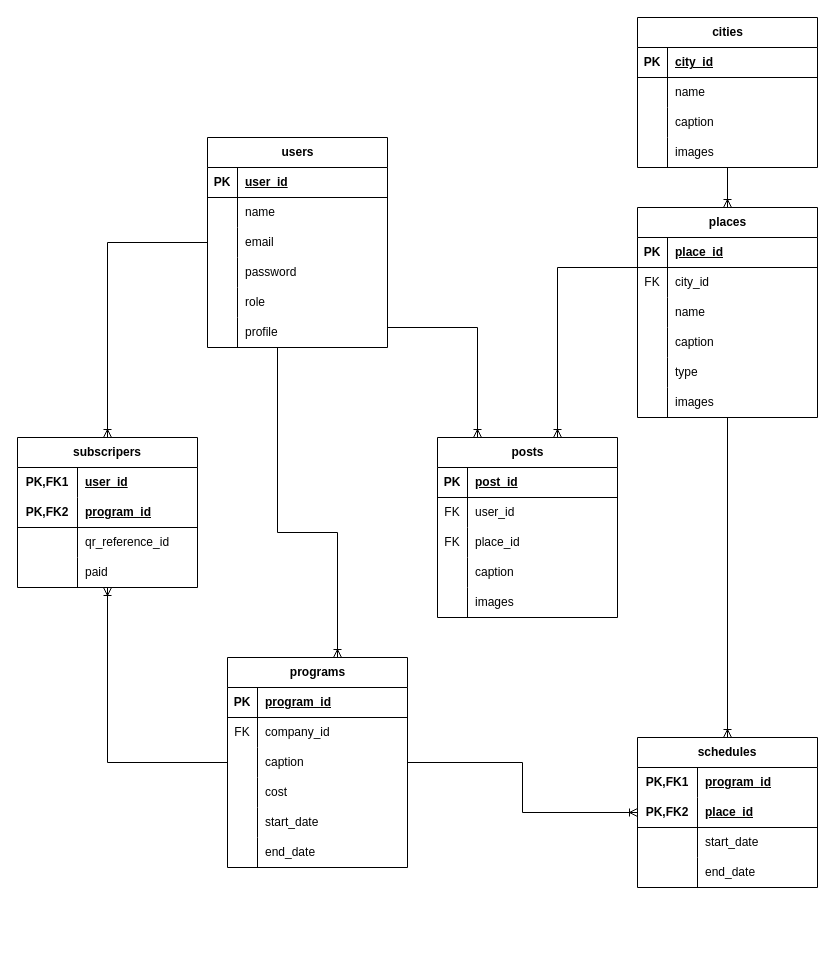
The draw.io diagram journi.drawio in hemozeetah/journi, before the edit. Source tidied: cells renumbered, new cells numbered last; positions are measured from the earlier drawing's top-left corner, leaving out a move shared by most shapes. Both pictures are drawn from the tidied source at 100%, with x=0, y=0 at pixel (17, 17).
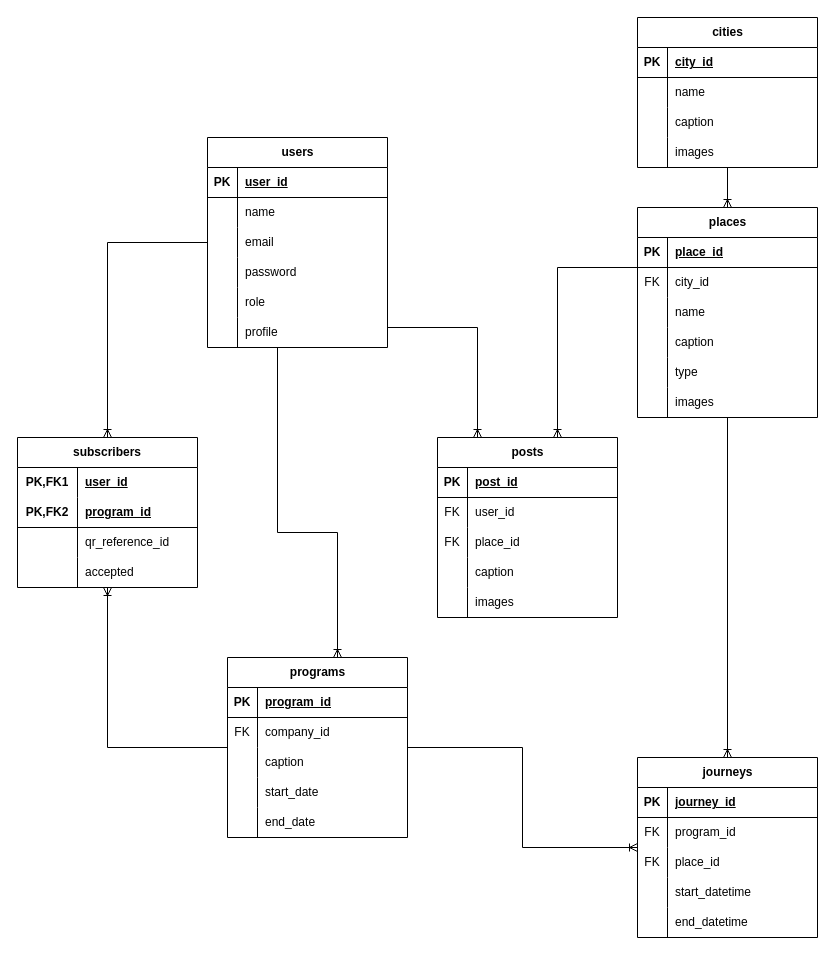
The same diagram, later.

The change refers to these unchanged cells:
```xml
<mxCell id="37" value="places" style="shape=table;startSize=30;childLayout=tableLayout;rowLines=0;fontStyle=1;align=center;html=1;" parent="1" vertex="1">
  <mxGeometry x="620" y="190" width="180" height="210" as="geometry" />
</mxCell>
<mxCell id="98" style="shape=tableRow;horizontal=0;startSize=0;swimlaneHead=0;swimlaneBody=0;fillColor=none;top=0;left=0;right=0;bottom=0;" parent="88" vertex="1">
  <mxGeometry y="120" width="180" height="30" as="geometry" />
</mxCell>
```

Diff of the diagram source:
```diff
@@
     <mxCell id="69" value="programs" style="shape=table;startSize=30;childLayout=tableLayout;rowLines=0;fontStyle=1;align=center;html=1;" parent="1" vertex="1">
-      <mxGeometry x="210" y="640" width="180" height="210" as="geometry" />
+      <mxGeometry x="210" y="640" width="180" height="180" as="geometry" />
     </mxCell>
@@
-    <mxCell id="79" style="shape=tableRow;horizontal=0;startSize=0;swimlaneHead=0;swimlaneBody=0;fillColor=none;top=0;left=0;right=0;bottom=0;" parent="69" vertex="1">
-      <mxGeometry y="120" width="180" height="30" as="geometry" />
-    </mxCell>
-    <mxCell id="80" style="shape=partialRectangle;fillColor=none;top=0;left=0;bottom=0;right=0;overflow=hidden;whiteSpace=wrap;html=1;" parent="79" vertex="1">
-      <mxGeometry width="30" height="30" as="geometry" />
-    </mxCell>
-    <mxCell id="81" value="cost" style="shape=partialRectangle;fillColor=none;top=0;left=0;bottom=0;right=0;align=left;spacingLeft=6;overflow=hidden;whiteSpace=wrap;html=1;" parent="79" vertex="1">
-      <mxGeometry x="30" width="150" height="30" as="geometry" />
-    </mxCell>
     <mxCell id="82" style="shape=tableRow;horizontal=0;startSize=0;swimlaneHead=0;swimlaneBody=0;fillColor=none;top=0;left=0;right=0;bottom=0;" parent="69" vertex="1">
-      <mxGeometry y="150" width="180" height="30" as="geometry" />
+      <mxGeometry y="120" width="180" height="30" as="geometry" />
     </mxCell>
@@
     <mxCell id="85" style="shape=tableRow;horizontal=0;startSize=0;swimlaneHead=0;swimlaneBody=0;fillColor=none;top=0;left=0;right=0;bottom=0;" parent="69" vertex="1">
-      <mxGeometry y="180" width="180" height="30" as="geometry" />
+      <mxGeometry y="150" width="180" height="30" as="geometry" />
     </mxCell>
@@
-    <mxCell id="88" value="subscripers" style="shape=table;startSize=30;childLayout=tableLayout;rowLines=0;fontStyle=1;align=center;html=1;whiteSpace=wrap;" parent="1" vertex="1">
+    <mxCell id="88" value="subscribers" style="shape=table;startSize=30;childLayout=tableLayout;rowLines=0;fontStyle=1;align=center;html=1;whiteSpace=wrap;" parent="1" vertex="1">
       <mxGeometry y="420" width="180" height="150" as="geometry" />
     </mxCell>
@@
-    <mxCell id="100" value="paid" style="shape=partialRectangle;fillColor=none;top=0;left=0;bottom=0;right=0;align=left;spacingLeft=6;overflow=hidden;whiteSpace=wrap;html=1;" parent="98" vertex="1">
+    <mxCell id="100" value="accepted" style="shape=partialRectangle;fillColor=none;top=0;left=0;bottom=0;right=0;align=left;spacingLeft=6;overflow=hidden;whiteSpace=wrap;html=1;" parent="98" vertex="1">
       <mxGeometry x="60" width="120" height="30" as="geometry" />
     </mxCell>
-    <mxCell id="101" value="schedules" style="shape=table;startSize=30;childLayout=tableLayout;rowLines=0;fontStyle=1;align=center;html=1;whiteSpace=wrap;" parent="1" vertex="1">
-      <mxGeometry x="620" y="720" width="180" height="150" as="geometry" />
-    </mxCell>
-    <mxCell id="102" style="shape=tableRow;horizontal=0;startSize=0;swimlaneHead=0;swimlaneBody=0;fillColor=none;top=0;left=0;right=0;bottom=0;html=1;" parent="101" vertex="1">
-      <mxGeometry y="30" width="180" height="30" as="geometry" />
-    </mxCell>
-    <mxCell id="103" value="PK,FK1" style="shape=partialRectangle;fillColor=none;top=0;left=0;bottom=0;right=0;fontStyle=1;overflow=hidden;html=1;whiteSpace=wrap;" parent="102" vertex="1">
-      <mxGeometry width="60" height="30" as="geometry" />
-    </mxCell>
-    <mxCell id="104" value="program_id" style="shape=partialRectangle;fillColor=none;top=0;left=0;bottom=0;right=0;align=left;spacingLeft=6;fontStyle=5;overflow=hidden;html=1;whiteSpace=wrap;" parent="102" vertex="1">
-      <mxGeometry x="60" width="120" height="30" as="geometry" />
-    </mxCell>
-    <mxCell id="105" style="shape=tableRow;horizontal=0;startSize=0;swimlaneHead=0;swimlaneBody=0;fillColor=none;top=0;left=0;right=0;bottom=1;html=1;" parent="101" vertex="1">
-      <mxGeometry y="60" width="180" height="30" as="geometry" />
-    </mxCell>
-    <mxCell id="106" value="PK,FK2" style="shape=partialRectangle;fillColor=none;top=0;left=0;bottom=0;right=0;fontStyle=1;overflow=hidden;html=1;whiteSpace=wrap;" parent="105" vertex="1">
-      <mxGeometry width="60" height="30" as="geometry" />
-    </mxCell>
-    <mxCell id="107" value="place_id" style="shape=partialRectangle;fillColor=none;top=0;left=0;bottom=0;right=0;align=left;spacingLeft=6;fontStyle=5;overflow=hidden;html=1;whiteSpace=wrap;" parent="105" vertex="1">
-      <mxGeometry x="60" width="120" height="30" as="geometry" />
-    </mxCell>
-    <mxCell id="108" style="shape=tableRow;horizontal=0;startSize=0;swimlaneHead=0;swimlaneBody=0;fillColor=none;top=0;left=0;right=0;bottom=0;html=1;" parent="101" vertex="1">
-      <mxGeometry y="90" width="180" height="30" as="geometry" />
-    </mxCell>
-    <mxCell id="109" style="shape=partialRectangle;fillColor=none;top=0;left=0;bottom=0;right=0;overflow=hidden;html=1;whiteSpace=wrap;" parent="108" vertex="1">
-      <mxGeometry width="60" height="30" as="geometry" />
-    </mxCell>
-    <mxCell id="110" value="start_date" style="shape=partialRectangle;fillColor=none;top=0;left=0;bottom=0;right=0;align=left;spacingLeft=6;overflow=hidden;html=1;whiteSpace=wrap;" parent="108" vertex="1">
-      <mxGeometry x="60" width="120" height="30" as="geometry" />
-    </mxCell>
-    <mxCell id="111" style="shape=tableRow;horizontal=0;startSize=0;swimlaneHead=0;swimlaneBody=0;fillColor=none;top=0;left=0;right=0;bottom=0;html=1;" parent="101" vertex="1">
-      <mxGeometry y="120" width="180" height="30" as="geometry" />
-    </mxCell>
-    <mxCell id="112" style="shape=partialRectangle;fillColor=none;top=0;left=0;bottom=0;right=0;overflow=hidden;html=1;whiteSpace=wrap;" parent="111" vertex="1">
-      <mxGeometry width="60" height="30" as="geometry" />
-    </mxCell>
-    <mxCell id="113" value="end_date" style="shape=partialRectangle;fillColor=none;top=0;left=0;bottom=0;right=0;align=left;spacingLeft=6;overflow=hidden;html=1;whiteSpace=wrap;" parent="111" vertex="1">
-      <mxGeometry x="60" width="120" height="30" as="geometry" />
-    </mxCell>
@@
-    <mxCell id="115" style="fontSize=12;html=1;endArrow=ERoneToMany;rounded=0;edgeStyle=orthogonalEdgeStyle;" parent="1" edge="1" source="69" target="101">
+    <mxCell id="115" style="fontSize=12;html=1;endArrow=ERoneToMany;rounded=0;edgeStyle=orthogonalEdgeStyle;" parent="1" edge="1" source="69" target="122">
       <mxGeometry relative="1" as="geometry" />
     </mxCell>
@@
-    <mxCell id="121" style="fontSize=12;html=1;endArrow=ERoneToMany;rounded=0;edgeStyle=orthogonalEdgeStyle;" parent="1" edge="1" source="37" target="101">
+    <mxCell id="121" style="fontSize=12;html=1;endArrow=ERoneToMany;rounded=0;edgeStyle=orthogonalEdgeStyle;" parent="1" edge="1" source="37" target="122">
       <mxGeometry relative="1" as="geometry" />
     </mxCell>
+    <mxCell id="122" value="journeys" style="shape=table;startSize=30;childLayout=tableLayout;rowLines=0;fontStyle=1;align=center;html=1;" parent="1" vertex="1">
+      <mxGeometry x="620" y="740" width="180" height="180" as="geometry" />
+    </mxCell>
+    <mxCell id="123" style="shape=tableRow;horizontal=0;startSize=0;swimlaneHead=0;swimlaneBody=0;fillColor=none;top=0;left=0;right=0;bottom=1;" parent="122" vertex="1">
+      <mxGeometry y="30" width="180" height="30" as="geometry" />
+    </mxCell>
+    <mxCell id="124" value="PK" style="shape=partialRectangle;fillColor=none;top=0;left=0;bottom=0;right=0;fontStyle=1;overflow=hidden;whiteSpace=wrap;html=1;" parent="123" vertex="1">
+      <mxGeometry width="30" height="30" as="geometry" />
+    </mxCell>
+    <mxCell id="125" value="journey_id" style="shape=partialRectangle;fillColor=none;top=0;left=0;bottom=0;right=0;align=left;spacingLeft=6;fontStyle=5;overflow=hidden;whiteSpace=wrap;html=1;" parent="123" vertex="1">
+      <mxGeometry x="30" width="150" height="30" as="geometry" />
+    </mxCell>
+    <mxCell id="126" style="shape=tableRow;horizontal=0;startSize=0;swimlaneHead=0;swimlaneBody=0;fillColor=none;top=0;left=0;right=0;bottom=0;" parent="122" vertex="1">
+      <mxGeometry y="60" width="180" height="30" as="geometry" />
+    </mxCell>
+    <mxCell id="127" value="FK" style="shape=partialRectangle;fillColor=none;top=0;left=0;bottom=0;right=0;overflow=hidden;whiteSpace=wrap;html=1;" parent="126" vertex="1">
+      <mxGeometry width="30" height="30" as="geometry" />
+    </mxCell>
+    <mxCell id="104" value="program_id" style="shape=partialRectangle;fillColor=none;top=0;left=0;bottom=0;right=0;align=left;spacingLeft=6;overflow=hidden;whiteSpace=wrap;html=1;" parent="126" vertex="1">
+      <mxGeometry x="30" width="150" height="30" as="geometry" />
+    </mxCell>
+    <mxCell id="128" style="shape=tableRow;horizontal=0;startSize=0;swimlaneHead=0;swimlaneBody=0;fillColor=none;top=0;left=0;right=0;bottom=0;" parent="122" vertex="1">
+      <mxGeometry y="90" width="180" height="30" as="geometry" />
+    </mxCell>
+    <mxCell id="129" value="FK" style="shape=partialRectangle;fillColor=none;top=0;left=0;bottom=0;right=0;overflow=hidden;whiteSpace=wrap;html=1;" parent="128" vertex="1">
+      <mxGeometry width="30" height="30" as="geometry" />
+    </mxCell>
+    <mxCell id="107" value="place_id" style="shape=partialRectangle;fillColor=none;top=0;left=0;bottom=0;right=0;align=left;spacingLeft=6;overflow=hidden;whiteSpace=wrap;html=1;" parent="128" vertex="1">
+      <mxGeometry x="30" width="150" height="30" as="geometry" />
+    </mxCell>
+    <mxCell id="79" style="shape=tableRow;horizontal=0;startSize=0;swimlaneHead=0;swimlaneBody=0;fillColor=none;top=0;left=0;right=0;bottom=0;" parent="122" vertex="1">
+      <mxGeometry y="120" width="180" height="30" as="geometry" />
+    </mxCell>
+    <mxCell id="130" style="shape=partialRectangle;fillColor=none;top=0;left=0;bottom=0;right=0;overflow=hidden;whiteSpace=wrap;html=1;" parent="79" vertex="1">
+      <mxGeometry width="30" height="30" as="geometry" />
+    </mxCell>
+    <mxCell id="131" value="start_datetime" style="shape=partialRectangle;fillColor=none;top=0;left=0;bottom=0;right=0;align=left;spacingLeft=6;overflow=hidden;whiteSpace=wrap;html=1;" parent="79" vertex="1">
+      <mxGeometry x="30" width="150" height="30" as="geometry" />
+    </mxCell>
+    <mxCell id="132" style="shape=tableRow;horizontal=0;startSize=0;swimlaneHead=0;swimlaneBody=0;fillColor=none;top=0;left=0;right=0;bottom=0;" parent="122" vertex="1">
+      <mxGeometry y="150" width="180" height="30" as="geometry" />
+    </mxCell>
+    <mxCell id="133" style="shape=partialRectangle;fillColor=none;top=0;left=0;bottom=0;right=0;overflow=hidden;whiteSpace=wrap;html=1;" parent="132" vertex="1">
+      <mxGeometry width="30" height="30" as="geometry" />
+    </mxCell>
+    <mxCell id="134" value="end_datetime" style="shape=partialRectangle;fillColor=none;top=0;left=0;bottom=0;right=0;align=left;spacingLeft=6;overflow=hidden;whiteSpace=wrap;html=1;" parent="132" vertex="1">
+      <mxGeometry x="30" width="150" height="30" as="geometry" />
+    </mxCell>
```
